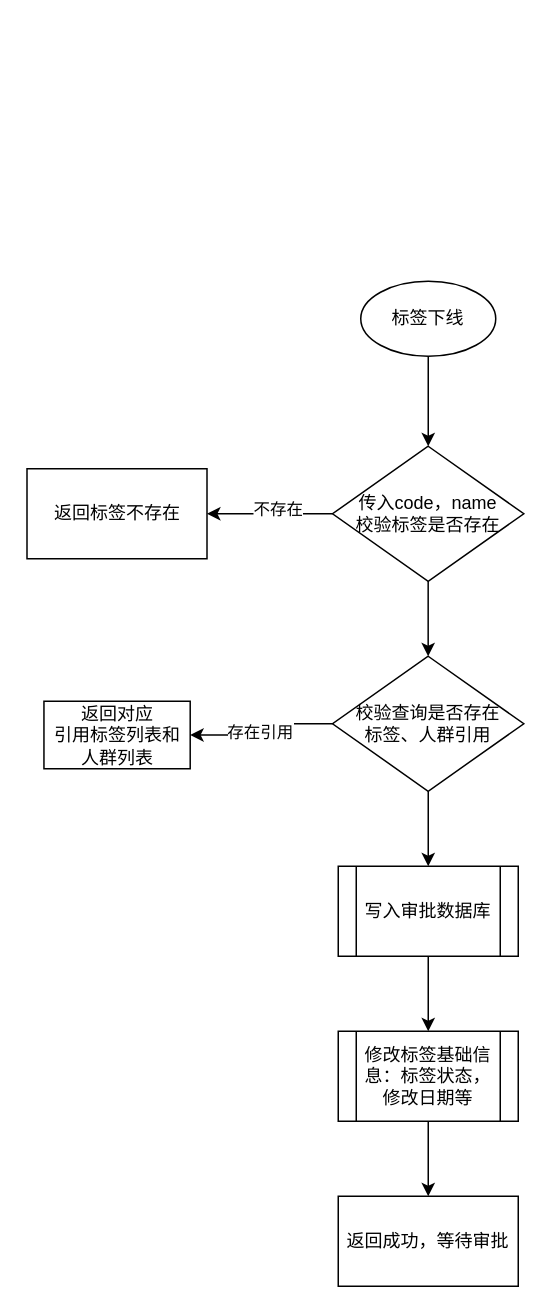
This is 标签下线流程图.drawio from 1418956397/JavaWeb-Project-Source-Share, a draw.io file, before an edit. Source tidied: cells renumbered, new cells numbered last; positions are measured from the earlier drawing's top-left corner, leaving out a move shared by most shapes. Both pictures are drawn from the tidied source at 150%, with x=0, y=0 at pixel (27, 280).
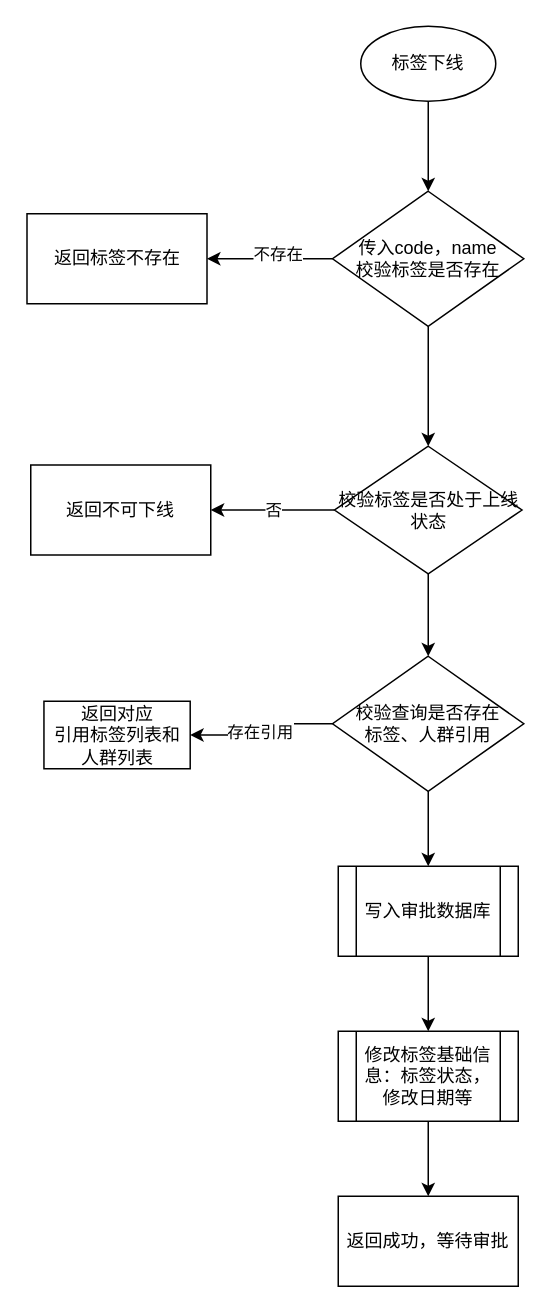
After the change.

Commit message (it also covers changes not shown here):
更新标签下线流程图.drawio

Unchanged cells that the change refers to:
```xml
<mxCell id="12" value="校验查询是否存在&lt;div&gt;标签、人群引用&lt;div&gt;&lt;/div&gt;&lt;/div&gt;" style="rhombus;whiteSpace=wrap;html=1;" parent="1" vertex="1">
  <mxGeometry x="203.2" y="250" width="127.5" height="90" as="geometry" />
</mxCell>
```

What changed in the source:
```diff
@@
     <mxCell id="3" value="标签下线" style="ellipse;whiteSpace=wrap;html=1;" parent="1" vertex="1">
-      <mxGeometry x="222" width="90" height="50" as="geometry" />
+      <mxGeometry x="222" y="-170" width="90" height="50" as="geometry" />
     </mxCell>
@@
-    <mxCell id="6" style="edgeStyle=orthogonalEdgeStyle;rounded=0;jettySize=auto;html=1;" parent="1" edge="1" source="7" target="12">
-      <mxGeometry relative="1" as="geometry" />
-    </mxCell>
+    <mxCell id="19" style="edgeStyle=orthogonalEdgeStyle;rounded=0;jettySize=auto;html=1;" parent="1" edge="1" source="7" target="22">
+      <mxGeometry relative="1" as="geometry" />
+    </mxCell>
     <mxCell id="7" value="&lt;div&gt;传入code，name&lt;/div&gt;校验标签是否存在" style="rhombus;whiteSpace=wrap;html=1;" parent="1" vertex="1">
-      <mxGeometry x="203.2" y="110" width="127.5" height="90" as="geometry" />
+      <mxGeometry x="203.2" y="-60" width="127.5" height="90" as="geometry" />
     </mxCell>
     <mxCell id="8" value="返回标签不存在" style="whiteSpace=wrap;html=1;" parent="1" vertex="1">
-      <mxGeometry x="-0.5" y="125" width="120" height="60" as="geometry" />
+      <mxGeometry x="-0.5" y="-45" width="120" height="60" as="geometry" />
     </mxCell>
@@
+    <mxCell id="20" style="edgeStyle=orthogonalEdgeStyle;rounded=0;jettySize=auto;html=1;" parent="1" edge="1" source="22" target="12">
+      <mxGeometry relative="1" as="geometry" />
+    </mxCell>
+    <mxCell id="21" value="否" style="edgeStyle=orthogonalEdgeStyle;rounded=0;jettySize=auto;html=1;" parent="1" edge="1" source="22" target="23">
+      <mxGeometry relative="1" as="geometry" />
+    </mxCell>
+    <mxCell id="22" value="校验标签是否处于上线状态" style="rhombus;whiteSpace=wrap;html=1;" parent="1" vertex="1">
+      <mxGeometry x="204.5" y="110" width="125" height="85" as="geometry" />
+    </mxCell>
+    <mxCell id="23" value="返回不可下线" style="whiteSpace=wrap;html=1;" parent="1" vertex="1">
+      <mxGeometry x="2" y="122.5" width="120" height="60" as="geometry" />
+    </mxCell>
```
